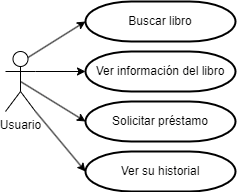
The draw.io diagram casos de uso/biblioteca.drawio.png in jdrguez/ETS, before a commit. Source tidied: cells renumbered, new cells last; positions are measured from the earlier drawing's top-left corner, leaving out a move shared by most shapes.
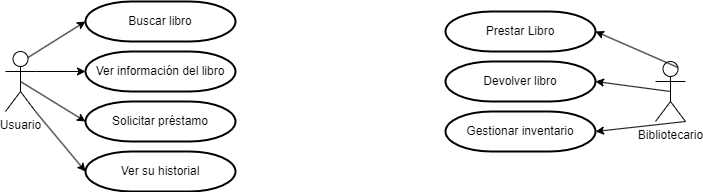
The same file after the commit.

Change to the diagram source:
```diff
@@ -29,5 +29,26 @@
     <mxCell id="10" style="rounded=0;jettySize=auto;html=1;exitX=1;exitY=1;exitDx=0;exitDy=0;exitPerimeter=0;entryX=0;entryY=0.5;entryDx=0;entryDy=0;entryPerimeter=0;" parent="1" edge="1" source="2" target="6">
       <mxGeometry relative="1" as="geometry" />
     </mxCell>
+    <mxCell id="11" value="Bibliotecario" style="shape=umlActor;verticalLabelPosition=bottom;verticalAlign=top;html=1;outlineConnect=0;direction=east;" parent="1" vertex="1">
+      <mxGeometry x="650" y="60" width="30" height="60" as="geometry" />
+    </mxCell>
+    <mxCell id="12" value="Prestar Libro" style="strokeWidth=2;html=1;shape=mxgraph.flowchart.terminator;whiteSpace=wrap;direction=west;" parent="1" vertex="1">
+      <mxGeometry x="440" y="10" width="150" height="40" as="geometry" />
+    </mxCell>
+    <mxCell id="13" value="Devolver libro" style="strokeWidth=2;html=1;shape=mxgraph.flowchart.terminator;whiteSpace=wrap;direction=west;" parent="1" vertex="1">
+      <mxGeometry x="440" y="60" width="150" height="40" as="geometry" />
+    </mxCell>
+    <mxCell id="14" value="Gestionar inventario" style="strokeWidth=2;html=1;shape=mxgraph.flowchart.terminator;whiteSpace=wrap;direction=west;" parent="1" vertex="1">
+      <mxGeometry x="440" y="110" width="150" height="40" as="geometry" />
+    </mxCell>
+    <mxCell id="15" style="rounded=0;jettySize=auto;html=1;exitX=0.75;exitY=0.1;exitDx=0;exitDy=0;exitPerimeter=0;entryX=0;entryY=0.5;entryDx=0;entryDy=0;entryPerimeter=0;" parent="1" edge="1" source="11" target="12">
+      <mxGeometry relative="1" as="geometry" />
+    </mxCell>
+    <mxCell id="16" style="rounded=0;jettySize=auto;html=1;exitX=0.5;exitY=0.5;exitDx=0;exitDy=0;exitPerimeter=0;entryX=0;entryY=0.5;entryDx=0;entryDy=0;entryPerimeter=0;" parent="1" edge="1" source="11" target="13">
+      <mxGeometry relative="1" as="geometry" />
+    </mxCell>
+    <mxCell id="17" style="rounded=0;jettySize=auto;html=1;exitX=1;exitY=1;exitDx=0;exitDy=0;exitPerimeter=0;entryX=0;entryY=0.5;entryDx=0;entryDy=0;entryPerimeter=0;" parent="1" edge="1" source="11" target="14">
+      <mxGeometry relative="1" as="geometry" />
+    </mxCell>
   </root>
 </mxGraphModel>
```
